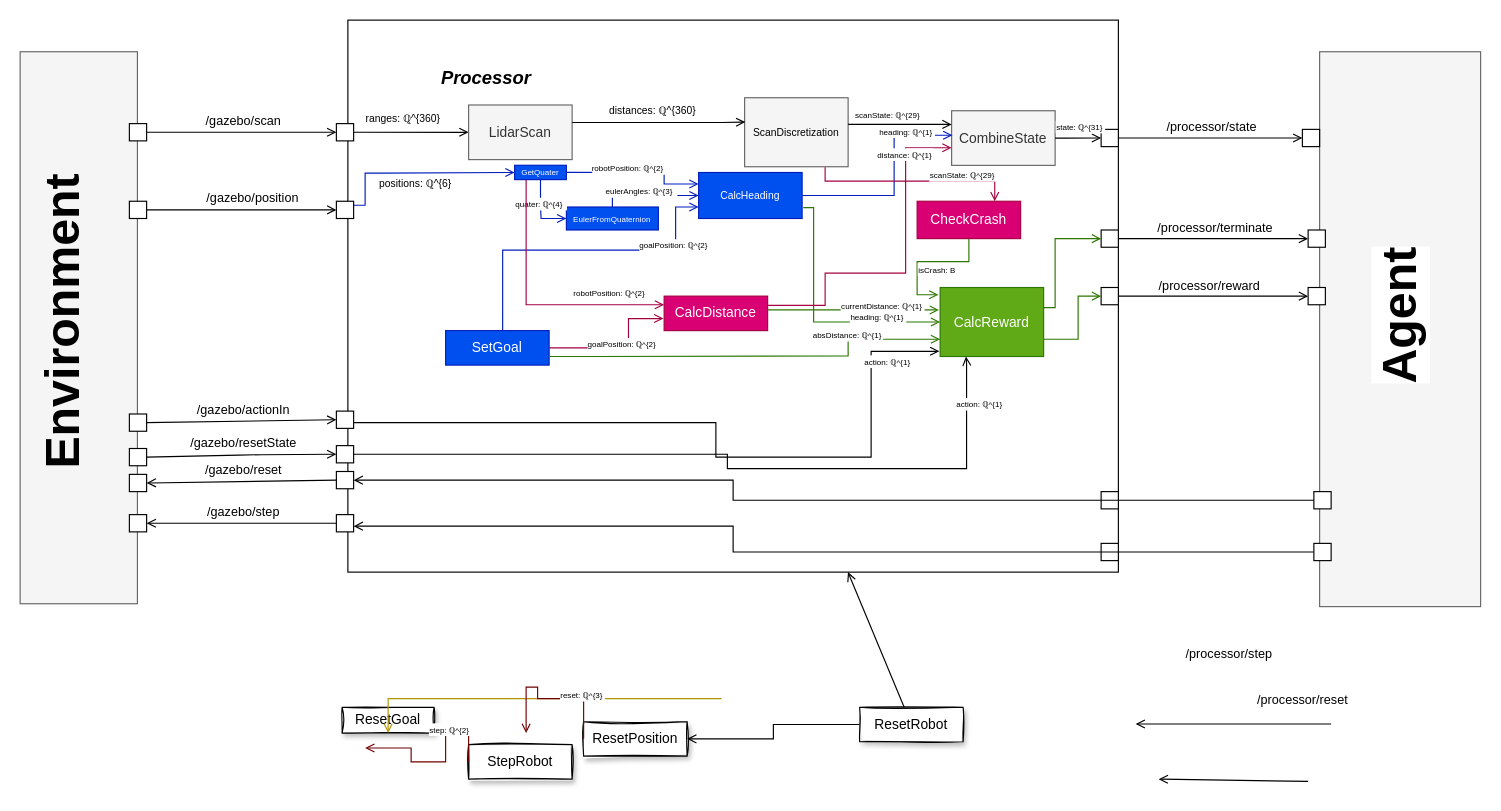
This is turtlebot_real/diagrams/turtle_real.drawio from MontiCore/EmbeddedMontiArc, a draw.io file, before an edit. Source tidied: cells renumbered, new cells numbered last; positions are measured from the earlier drawing's top-left corner, leaving out a move shared by most shapes. Both pictures are drawn from the tidied source at 115%, with x=0, y=0 at pixel (-15, 20).
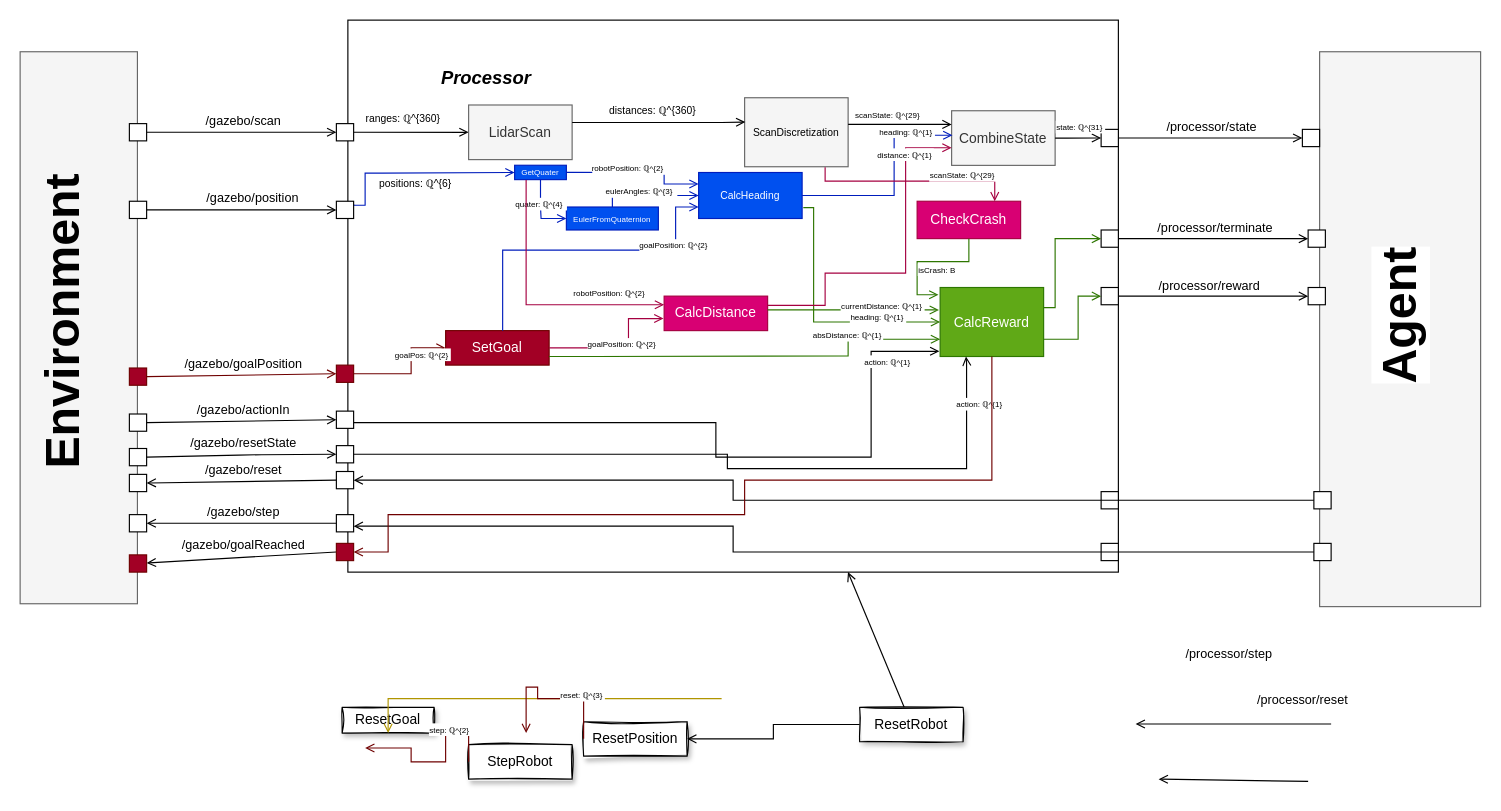
After the change.

Commit message:
modify ema model

Unchanged cells that the change refers to:
```xml
<mxCell id="43" value="&lt;span style=&quot;font-size: 12px&quot;&gt;CalcReward&lt;/span&gt;" style="rounded=0;whiteSpace=wrap;html=1;fontSize=9;fillColor=#60a917;strokeColor=#2D7600;shadow=0;sketch=0;glass=0;fontColor=#ffffff;" parent="1" vertex="1">
  <mxGeometry x="830" y="232.5" width="90" height="60" as="geometry" />
</mxCell>
```

The edit, as a diff of the source:
```diff
@@
-    <mxCell id="60" value="&lt;span style=&quot;font-size: 12px&quot;&gt;SetGoal&lt;/span&gt;" style="rounded=0;whiteSpace=wrap;html=1;fontSize=9;fillColor=#0050ef;strokeColor=#001DBC;shadow=0;sketch=0;glass=0;fontColor=#ffffff;" parent="1" vertex="1">
+    <mxCell id="60" value="&lt;span style=&quot;font-size: 12px&quot;&gt;SetGoal&lt;/span&gt;" style="rounded=0;whiteSpace=wrap;html=1;fontSize=9;fillColor=#a20025;strokeColor=#6F0000;shadow=0;sketch=0;glass=0;fontColor=#ffffff;" parent="1" vertex="1">
       <mxGeometry x="400" y="270" width="90" height="30" as="geometry" />
     </mxCell>
@@
+    <mxCell id="100" style="edgeStyle=none;html=1;entryX=0;entryY=0.5;entryDx=0;entryDy=0;startArrow=open;endArrow=none;endFill=0;strokeColor=#000000;startFill=0;" parent="1" edge="1" source="103" target="102">
+      <mxGeometry relative="1" as="geometry" />
+    </mxCell>
+    <mxCell id="101" value="/gazebo/goalReached" style="edgeLabel;html=1;align=center;verticalAlign=middle;" parent="100" vertex="1">
+      <mxGeometry x="0.32" y="-4" relative="1" as="geometry">
+        <mxPoint x="-26" y="-14" as="offset" />
+      </mxGeometry>
+    </mxCell>
+    <mxCell id="102" style="whiteSpace=wrap;html=1;fillColor=#a20025;strokeColor=#6F0000;" parent="1" vertex="1">
+      <mxGeometry x="305" y="455" width="15" height="15" as="geometry" />
+    </mxCell>
+    <mxCell id="103" style="whiteSpace=wrap;html=1;fillColor=#a20025;strokeColor=#6F0000;" parent="1" vertex="1">
+      <mxGeometry x="125" y="465" width="15" height="15" as="geometry" />
+    </mxCell>
+    <mxCell id="104" style="edgeStyle=orthogonalEdgeStyle;rounded=0;jumpSize=15;html=1;exitX=0.5;exitY=1;exitDx=0;exitDy=0;labelBackgroundColor=#FFFFFF;fontSize=13;fontColor=#3333FF;startArrow=none;startFill=0;endArrow=open;endFill=0;strokeColor=#6F0000;entryX=1;entryY=0.5;entryDx=0;entryDy=0;fillColor=#a20025;" parent="1" edge="1" source="43" target="102">
+      <mxGeometry relative="1" as="geometry">
+        <Array as="points">
+          <mxPoint x="875" y="400" />
+          <mxPoint x="660" y="400" />
+          <mxPoint x="660" y="430" />
+          <mxPoint x="350" y="430" />
+          <mxPoint x="350" y="463" />
+        </Array>
+      </mxGeometry>
+    </mxCell>
+    <mxCell id="105" style="whiteSpace=wrap;html=1;fillColor=#a20025;fontColor=#ffffff;strokeColor=#6F0000;" parent="1" vertex="1">
+      <mxGeometry x="305" y="300" width="15" height="15" as="geometry" />
+    </mxCell>
+    <mxCell id="106" style="whiteSpace=wrap;html=1;fillColor=#a20025;fontColor=#ffffff;strokeColor=#6F0000;" parent="1" vertex="1">
+      <mxGeometry x="125" y="302.5" width="15" height="15" as="geometry" />
+    </mxCell>
+    <mxCell id="107" style="edgeStyle=none;html=1;entryX=0;entryY=0.5;entryDx=0;entryDy=0;startArrow=none;endArrow=open;endFill=0;strokeColor=#6F0000;startFill=0;exitX=1;exitY=0.5;exitDx=0;exitDy=0;fillColor=#a20025;" parent="1" edge="1" source="106" target="105">
+      <mxGeometry relative="1" as="geometry" />
+    </mxCell>
+    <mxCell id="108" value="/gazebo/goalPosition" style="edgeLabel;html=1;align=center;verticalAlign=middle;" parent="107" vertex="1">
+      <mxGeometry x="0.32" y="-4" relative="1" as="geometry">
+        <mxPoint x="-26" y="-14" as="offset" />
+      </mxGeometry>
+    </mxCell>
+    <mxCell id="109" value="&lt;font style=&quot;font-size: 7px&quot;&gt;goalPos:&amp;nbsp;ℚ^{2}&amp;nbsp;&lt;/font&gt;" style="edgeStyle=orthogonalEdgeStyle;html=1;labelBackgroundColor=#FFFFFF;fontSize=9;fontColor=#000000;startArrow=none;startFill=0;endArrow=open;endFill=0;strokeColor=#6F0000;rounded=0;spacing=3;spacingTop=-7;fillColor=#a20025;entryX=0;entryY=0.5;entryDx=0;entryDy=0;exitX=1;exitY=0.5;exitDx=0;exitDy=0;" parent="1" edge="1" source="105" target="60">
+      <mxGeometry x="0.23" y="-10" relative="1" as="geometry">
+        <Array as="points">
+          <mxPoint x="370" y="308" />
+          <mxPoint x="370" y="285" />
+        </Array>
+      </mxGeometry>
+    </mxCell>
```
